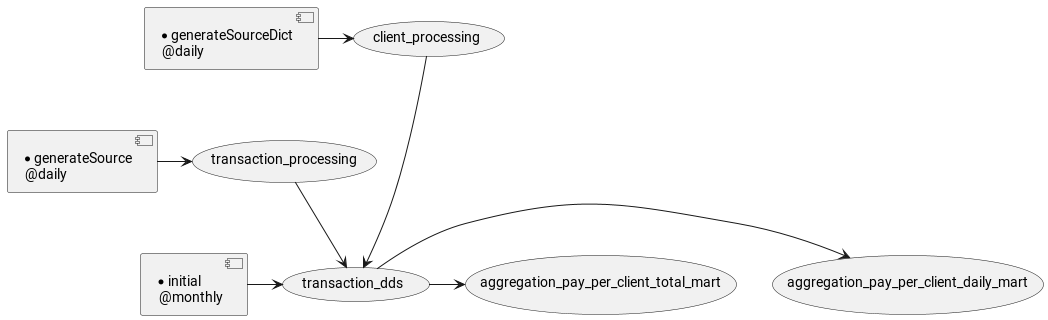
Before: demo/uml/initial.png, a diagram exported from PlantUML (zaytsevdmitry/lakehouse).
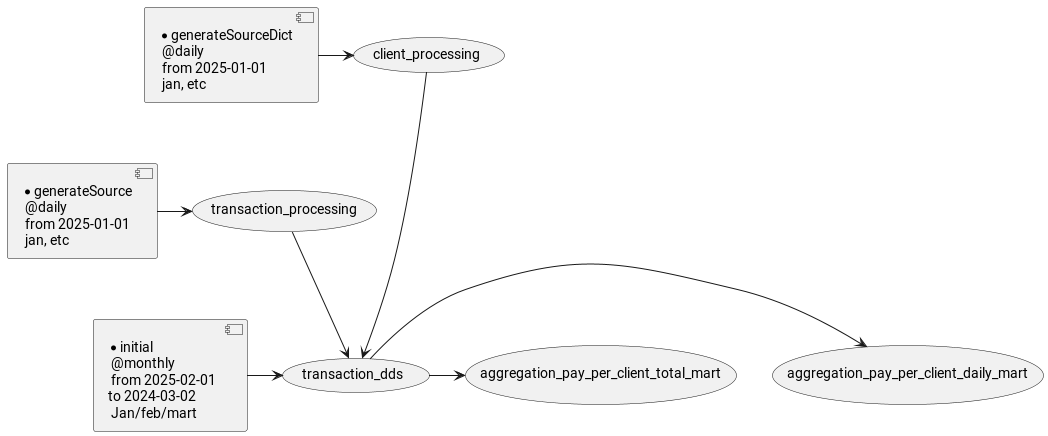
The same file after the commit.

What changed in the source:
```diff
@@ -1,7 +1,7 @@
 @startuml
-[* generateSource\n @daily] -> (transaction_processing)
-[* generateSourceDict\n @daily] -> (client_processing)
-[* initial\n @monthly]-> (transaction_dds)
+[* generateSource\n @daily\n from 2025-01-01\n jan, etc] -> (transaction_processing)
+[* generateSourceDict\n @daily\n from 2025-01-01\n jan, etc] -> (client_processing)
+[* initial\n @monthly\n from 2025-02-01  \nto 2024-03-02\n Jan/feb/mart ]-> (transaction_dds)
 (client_processing) --->  (transaction_dds)
 (transaction_processing) --> (transaction_dds)
 (transaction_dds) -> (aggregation_pay_per_client_daily_mart)
```
